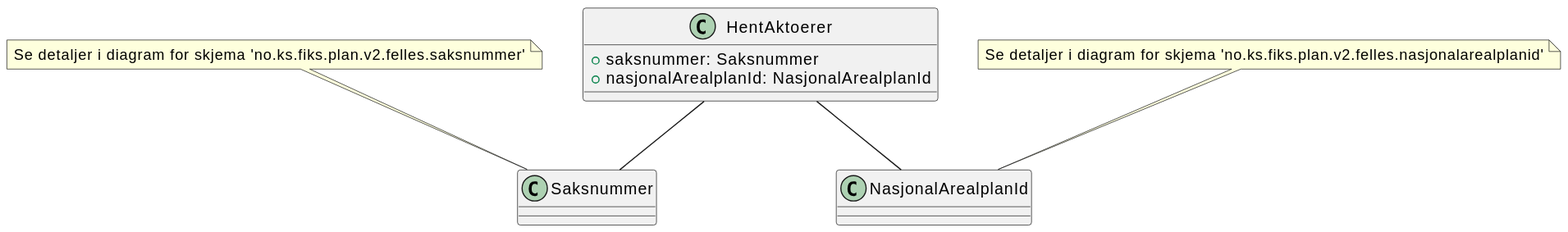
The PlantUML diagram Dokumentasjon/V2/ClassDiagrams/no.ks.fiks.plan.v2.innsyn.aktoerer.hent/aktoerer-hent.svg in ks-no/fiks-plan-specification, before a commit.
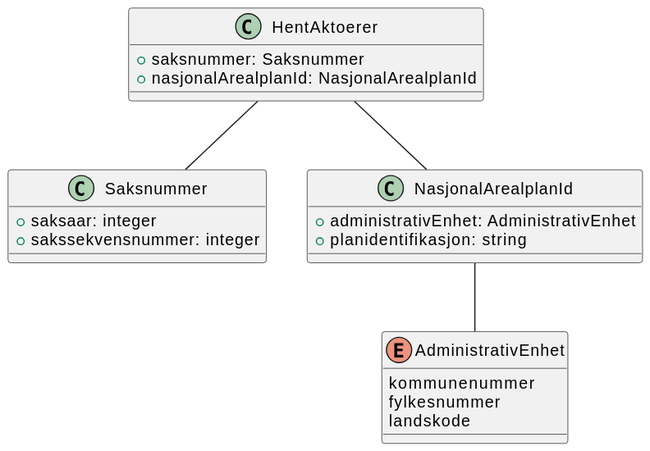
The same file after the commit.

Change to the diagram source:
```diff
@@ -1,4 +1,7 @@
 @startuml
+!include ./../no.ks.fiks.plan.v2.felles.saksnummer/saksnummer.pu
+!include ./../no.ks.fiks.plan.v2.felles.nasjonalarealplanid/nasjonalarealplanid.pu
+
 class HentAktoerer {
     +saksnummer: Saksnummer
     +nasjonalArealplanId: NasjonalArealplanId
@@ -6,7 +9,4 @@
 
 HentAktoerer -- Saksnummer
 HentAktoerer -- NasjonalArealplanId
-
-note top of Saksnummer : Se detaljer i diagram for skjema 'no.ks.fiks.plan.v2.felles.saksnummer'
-note top of NasjonalArealplanId : Se detaljer i diagram for skjema 'no.ks.fiks.plan.v2.felles.nasjonalarealplanid'
 @enduml
```
